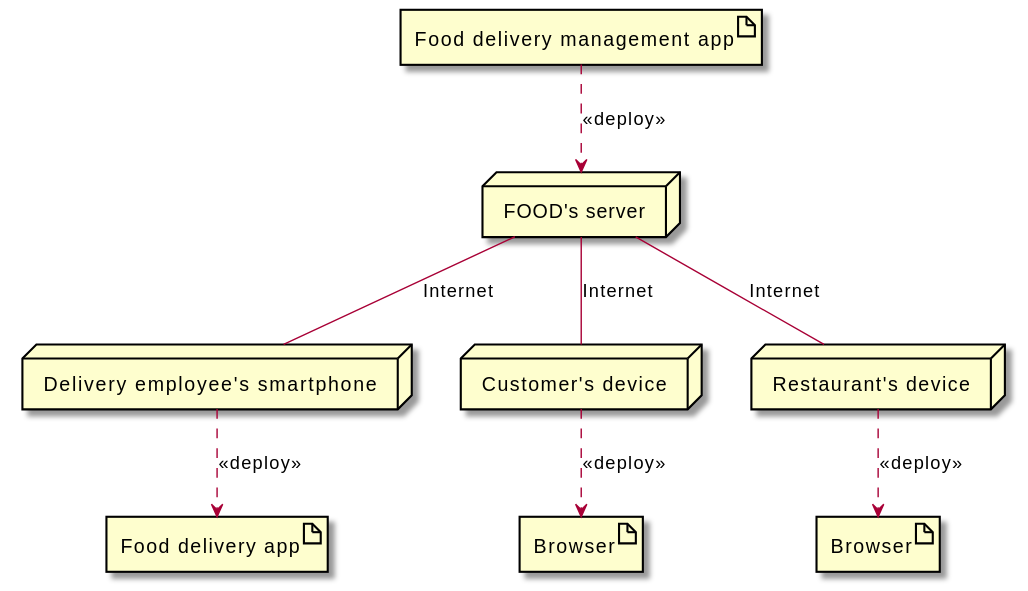
Above: food_delivery/models/deployment.svg in franco-ruggeri/polito-information-systems (PlantUML), before the change. The source it was exported from:
```plantuml
@startuml
node "FOOD's server" as FS
node "Delivery employee's smartphone" as DES
node "Customer's device" as CD
node "Restaurant's device" as RD

artifact "Food delivery management app" as FDMA
artifact "Food delivery app" as FDA
artifact "Browser" as B1
artifact "Browser" as B2

FS -- DES : Internet
FS -- CD : Internet
FS -- RD : Internet

FDMA ..> FS : <<deploy>>
DES ..> FDA : <<deploy>>
CD ..> B1 : <<deploy>>
RD ..> B2 : <<deploy>>
@enduml
```
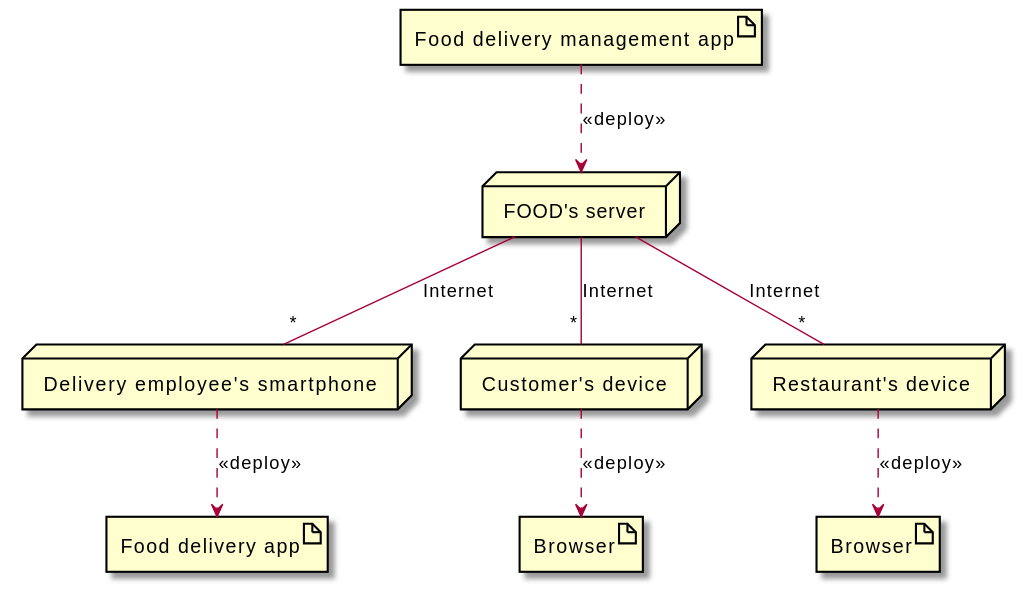
After the change.

Diff of the diagram source:
```diff
@@ -9,9 +9,9 @@
 artifact "Browser" as B1
 artifact "Browser" as B2
 
-FS -- DES : Internet
-FS -- CD : Internet
-FS -- RD : Internet
+FS -- "*" DES : Internet
+FS -- "*" CD : Internet
+FS -- "*" RD : Internet
 
 FDMA ..> FS : <<deploy>>
 DES ..> FDA : <<deploy>>
```
